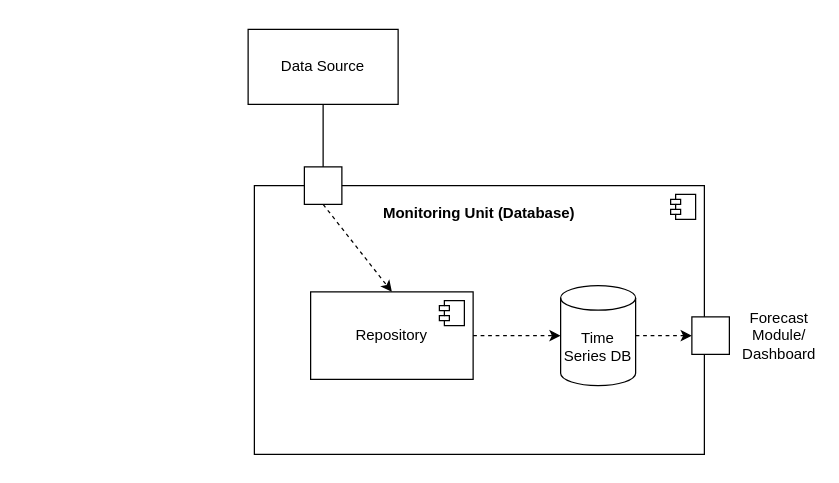
Before: SA/graphs/MonitoringUnit_Detailed.drawio in endorivium/informational-mastery, a draw.io diagram. Source tidied: cells renumbered, new cells numbered last; positions are measured from the earlier drawing's top-left corner, leaving out a move shared by most shapes. Both pictures are drawn from the tidied source at 125%, with x=0, y=0 at pixel (248, 29).
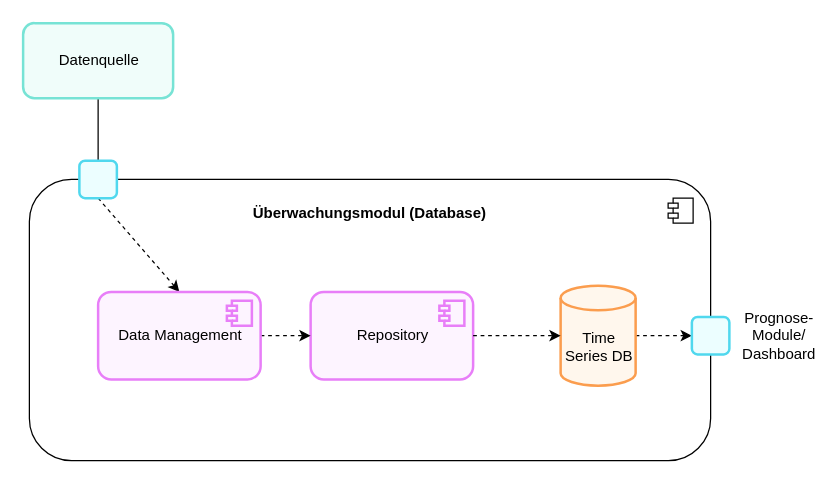
The same diagram, later.

Diff of the diagram source:
```diff
@@
 <mxGraphModel>
   <root>
     <mxCell id="0" />
     <mxCell id="1" parent="0" />
-    <mxCell id="2" value="&lt;b&gt;Monitoring Unit (Database)&lt;/b&gt;&lt;div&gt;&lt;b&gt;&lt;br&gt;&lt;/b&gt;&lt;/div&gt;&lt;div&gt;&lt;b&gt;&lt;br&gt;&lt;/b&gt;&lt;/div&gt;&lt;div&gt;&lt;b&gt;&lt;br&gt;&lt;/b&gt;&lt;/div&gt;&lt;div&gt;&lt;b&gt;&lt;br&gt;&lt;/b&gt;&lt;/div&gt;&lt;div&gt;&lt;b&gt;&lt;br&gt;&lt;/b&gt;&lt;/div&gt;&lt;div&gt;&lt;b&gt;&lt;br&gt;&lt;/b&gt;&lt;/div&gt;&lt;div&gt;&lt;b&gt;&lt;br&gt;&lt;/b&gt;&lt;/div&gt;&lt;div&gt;&lt;b&gt;&lt;br&gt;&lt;/b&gt;&lt;/div&gt;&lt;div&gt;&lt;b&gt;&lt;br&gt;&lt;/b&gt;&lt;/div&gt;&lt;div&gt;&lt;b&gt;&lt;br&gt;&lt;/b&gt;&lt;/div&gt;&lt;div&gt;&lt;br&gt;&lt;/div&gt;&lt;div&gt;&lt;br&gt;&lt;/div&gt;" style="html=1;whiteSpace=wrap;" parent="1" vertex="1">
-      <mxGeometry x="5" y="125" width="360" height="215" as="geometry" />
-    </mxCell>
-    <mxCell id="3" style="shape=module;jettyWidth=8;jettyHeight=4;" parent="2" vertex="1">
-      <mxGeometry x="1" width="20" height="20" relative="1" as="geometry">
-        <mxPoint x="-27" y="7" as="offset" />
-      </mxGeometry>
-    </mxCell>
-    <mxCell id="4" style="rounded=0;jettySize=auto;html=1;exitX=0.5;exitY=1;exitDx=0;exitDy=0;entryX=0.5;entryY=0;entryDx=0;entryDy=0;endArrow=none;endFill=0;" parent="1" edge="1" source="5" target="7">
-      <mxGeometry relative="1" as="geometry" />
-    </mxCell>
-    <mxCell id="5" value="Data Source" style="rounded=0;whiteSpace=wrap;html=1;" parent="1" vertex="1">
-      <mxGeometry width="120" height="60" as="geometry" />
-    </mxCell>
-    <mxCell id="6" style="rounded=0;jettySize=auto;html=1;exitX=0.5;exitY=1;exitDx=0;exitDy=0;entryX=0.5;entryY=0;entryDx=0;entryDy=0;dashed=1;" parent="1" edge="1" source="7" target="8">
-      <mxGeometry relative="1" as="geometry" />
-    </mxCell>
-    <mxCell id="7" style="fontStyle=0;labelPosition=right;verticalLabelPosition=middle;align=left;verticalAlign=middle;spacingLeft=2;" parent="1" vertex="1">
-      <mxGeometry x="45" y="110" width="30" height="30" as="geometry" />
-    </mxCell>
+    <mxCell id="15" value="&lt;b&gt;Überwachungsmodul (Database)&lt;/b&gt;&lt;div&gt;&lt;b&gt;&lt;br&gt;&lt;/b&gt;&lt;/div&gt;&lt;div&gt;&lt;b&gt;&lt;br&gt;&lt;/b&gt;&lt;/div&gt;&lt;div&gt;&lt;b&gt;&lt;br&gt;&lt;/b&gt;&lt;/div&gt;&lt;div&gt;&lt;b&gt;&lt;br&gt;&lt;/b&gt;&lt;/div&gt;&lt;div&gt;&lt;b&gt;&lt;br&gt;&lt;/b&gt;&lt;/div&gt;&lt;div&gt;&lt;b&gt;&lt;br&gt;&lt;/b&gt;&lt;/div&gt;&lt;div&gt;&lt;b&gt;&lt;br&gt;&lt;/b&gt;&lt;/div&gt;&lt;div&gt;&lt;b&gt;&lt;br&gt;&lt;/b&gt;&lt;/div&gt;&lt;div&gt;&lt;b&gt;&lt;br&gt;&lt;/b&gt;&lt;/div&gt;&lt;div&gt;&lt;b&gt;&lt;br&gt;&lt;/b&gt;&lt;/div&gt;&lt;div&gt;&lt;br&gt;&lt;/div&gt;&lt;div&gt;&lt;br&gt;&lt;/div&gt;" style="html=1;whiteSpace=wrap;rounded=1;" parent="1" vertex="1">
+      <mxGeometry x="-175" y="120" width="545" height="225" as="geometry" />
+    </mxCell>
+    <mxCell id="16" style="shape=module;jettyWidth=8;jettyHeight=4;" parent="15" vertex="1">
+      <mxGeometry x="1" width="20" height="20" relative="1" as="geometry">
+        <mxPoint x="-34" y="15" as="offset" />
+      </mxGeometry>
+    </mxCell>
+    <mxCell id="17" style="rounded=0;jettySize=auto;html=1;exitX=0.5;exitY=1;exitDx=0;exitDy=0;entryX=0.5;entryY=0;entryDx=0;entryDy=0;endArrow=none;endFill=0;" parent="1" edge="1" source="18" target="20">
+      <mxGeometry relative="1" as="geometry" />
+    </mxCell>
+    <mxCell id="18" value="Datenquelle" style="rounded=1;whiteSpace=wrap;html=1;strokeColor=light-dark(#77e3d5, #46a8af);strokeWidth=2;align=center;verticalAlign=middle;spacingLeft=2;fontFamily=Helvetica;fontSize=12;fontColor=default;fontStyle=0;fillColor=light-dark(#f0fdfa, #ededed);" parent="1" vertex="1">
+      <mxGeometry x="-180" y="-5" width="120" height="60" as="geometry" />
+    </mxCell>
+    <mxCell id="19" style="rounded=0;jettySize=auto;html=1;exitX=0.5;exitY=1;exitDx=0;exitDy=0;entryX=0.5;entryY=0;entryDx=0;entryDy=0;dashed=1;" parent="1" edge="1" source="20" target="26">
+      <mxGeometry relative="1" as="geometry" />
+    </mxCell>
+    <mxCell id="20" style="fontStyle=0;labelPosition=right;verticalLabelPosition=middle;align=center;verticalAlign=middle;spacingLeft=2;rounded=1;strokeColor=light-dark(#50d8ee, #ededed);strokeWidth=2;fontFamily=Helvetica;fontSize=12;fontColor=default;fillColor=light-dark(#ecfeff, #ededed);" parent="1" vertex="1">
+      <mxGeometry x="-135" y="105" width="30" height="30" as="geometry" />
+    </mxCell>
-    <mxCell id="8" value="Repository" style="html=1;whiteSpace=wrap;" parent="1" vertex="1">
+    <mxCell id="8" value="Repository" style="html=1;whiteSpace=wrap;rounded=1;strokeColor=light-dark(#e87ef8, #c98531);strokeWidth=2;align=center;verticalAlign=middle;spacingLeft=2;fontFamily=Helvetica;fontSize=12;fontColor=default;fontStyle=0;fillColor=light-dark(#fdf4ff, #4b2d08);" parent="1" vertex="1">
       <mxGeometry x="50" y="210" width="130" height="70" as="geometry" />
     </mxCell>
-    <mxCell id="9" style="shape=module;jettyWidth=8;jettyHeight=4;" parent="8" vertex="1">
-      <mxGeometry x="1" width="20" height="20" relative="1" as="geometry">
-        <mxPoint x="-27" y="7" as="offset" />
-      </mxGeometry>
-    </mxCell>
-    <mxCell id="10" style="rounded=0;jettySize=auto;html=1;exitX=1;exitY=0.5;exitDx=0;exitDy=0;exitPerimeter=0;entryX=0;entryY=0.5;entryDx=0;entryDy=0;dashed=1;" parent="1" edge="1" source="11" target="13">
-      <mxGeometry relative="1" as="geometry" />
-    </mxCell>
+    <mxCell id="21" style="shape=module;jettyWidth=8;jettyHeight=4;rounded=1;strokeColor=light-dark(#e87ef8, #c98531);strokeWidth=2;align=center;verticalAlign=middle;spacingLeft=2;fontFamily=Helvetica;fontSize=12;fontColor=default;fontStyle=0;fillColor=light-dark(#fdf4ff, #4b2d08);" parent="8" vertex="1">
+      <mxGeometry x="1" width="20" height="20" relative="1" as="geometry">
+        <mxPoint x="-27" y="7" as="offset" />
+      </mxGeometry>
+    </mxCell>
+    <mxCell id="22" style="rounded=0;jettySize=auto;html=1;exitX=1;exitY=0.5;exitDx=0;exitDy=0;exitPerimeter=0;entryX=0;entryY=0.5;entryDx=0;entryDy=0;dashed=1;" parent="1" edge="1" source="11" target="23">
+      <mxGeometry relative="1" as="geometry" />
+    </mxCell>
-    <mxCell id="11" value="Time Series DB" style="shape=cylinder3;whiteSpace=wrap;html=1;boundedLbl=1;backgroundOutline=1;size=9.833333333333314;" parent="1" vertex="1">
+    <mxCell id="11" value="Time Series DB" style="shape=cylinder3;whiteSpace=wrap;html=1;boundedLbl=1;backgroundOutline=1;size=9.833333333333314;rounded=1;strokeColor=light-dark(#fb9d4e, #ededed);strokeWidth=2;align=center;verticalAlign=middle;spacingLeft=2;fontFamily=Helvetica;fontSize=12;fontColor=default;fontStyle=0;fillColor=light-dark(#fff7ed, #ededed);" parent="1" vertex="1">
       <mxGeometry x="250" y="205" width="60" height="80" as="geometry" />
     </mxCell>
     <mxCell id="12" style="rounded=0;jettySize=auto;html=1;exitX=1;exitY=0.5;exitDx=0;exitDy=0;entryX=0;entryY=0.5;entryDx=0;entryDy=0;entryPerimeter=0;endArrow=classic;endFill=1;dashed=1;" parent="1" edge="1" source="8" target="11">
       <mxGeometry relative="1" as="geometry" />
     </mxCell>
-    <mxCell id="13" style="fontStyle=0;labelPosition=right;verticalLabelPosition=middle;align=left;verticalAlign=middle;spacingLeft=2;" parent="1" vertex="1">
-      <mxGeometry x="355" y="230" width="30" height="30" as="geometry" />
-    </mxCell>
-    <mxCell id="14" value="Forecast Module/&lt;br&gt;Dashboard" style="text;html=1;whiteSpace=wrap;strokeColor=none;fillColor=none;align=center;verticalAlign=middle;rounded=0;" parent="1" vertex="1">
-      <mxGeometry x="395" y="230" width="60" height="30" as="geometry" />
-    </mxCell>
+    <mxCell id="23" style="fontStyle=0;labelPosition=right;verticalLabelPosition=middle;align=center;verticalAlign=middle;spacingLeft=2;rounded=1;strokeColor=light-dark(#50d8ee, #ededed);strokeWidth=2;fontFamily=Helvetica;fontSize=12;fontColor=default;fillColor=light-dark(#ecfeff, #ededed);" parent="1" vertex="1">
+      <mxGeometry x="355" y="230" width="30" height="30" as="geometry" />
+    </mxCell>
+    <mxCell id="24" value="Prognose- Module/&lt;br&gt;Dashboard" style="text;html=1;whiteSpace=wrap;strokeColor=none;fillColor=none;align=center;verticalAlign=middle;rounded=0;" parent="1" vertex="1">
+      <mxGeometry x="395" y="230" width="60" height="30" as="geometry" />
+    </mxCell>
+    <mxCell id="25" style="rounded=0;jettySize=auto;html=1;exitX=1;exitY=0.5;exitDx=0;exitDy=0;entryX=0;entryY=0.5;entryDx=0;entryDy=0;dashed=1;" parent="1" edge="1" source="26" target="8">
+      <mxGeometry relative="1" as="geometry" />
+    </mxCell>
+    <mxCell id="26" value="Data Management" style="html=1;whiteSpace=wrap;rounded=1;strokeColor=light-dark(#e87ef8, #c98531);strokeWidth=2;align=center;verticalAlign=middle;spacingLeft=2;fontFamily=Helvetica;fontSize=12;fontColor=default;fontStyle=0;fillColor=light-dark(#fdf4ff, #4b2d08);" parent="1" vertex="1">
+      <mxGeometry x="-120" y="210" width="130" height="70" as="geometry" />
+    </mxCell>
+    <mxCell id="27" style="shape=module;jettyWidth=8;jettyHeight=4;rounded=1;strokeColor=light-dark(#e87ef8, #c98531);strokeWidth=2;align=center;verticalAlign=middle;spacingLeft=2;fontFamily=Helvetica;fontSize=12;fontColor=default;fontStyle=0;fillColor=light-dark(#fdf4ff, #4b2d08);" parent="26" vertex="1">
+      <mxGeometry x="1" width="20" height="20" relative="1" as="geometry">
+        <mxPoint x="-27" y="7" as="offset" />
+      </mxGeometry>
+    </mxCell>
   </root>
 </mxGraphModel>
```
